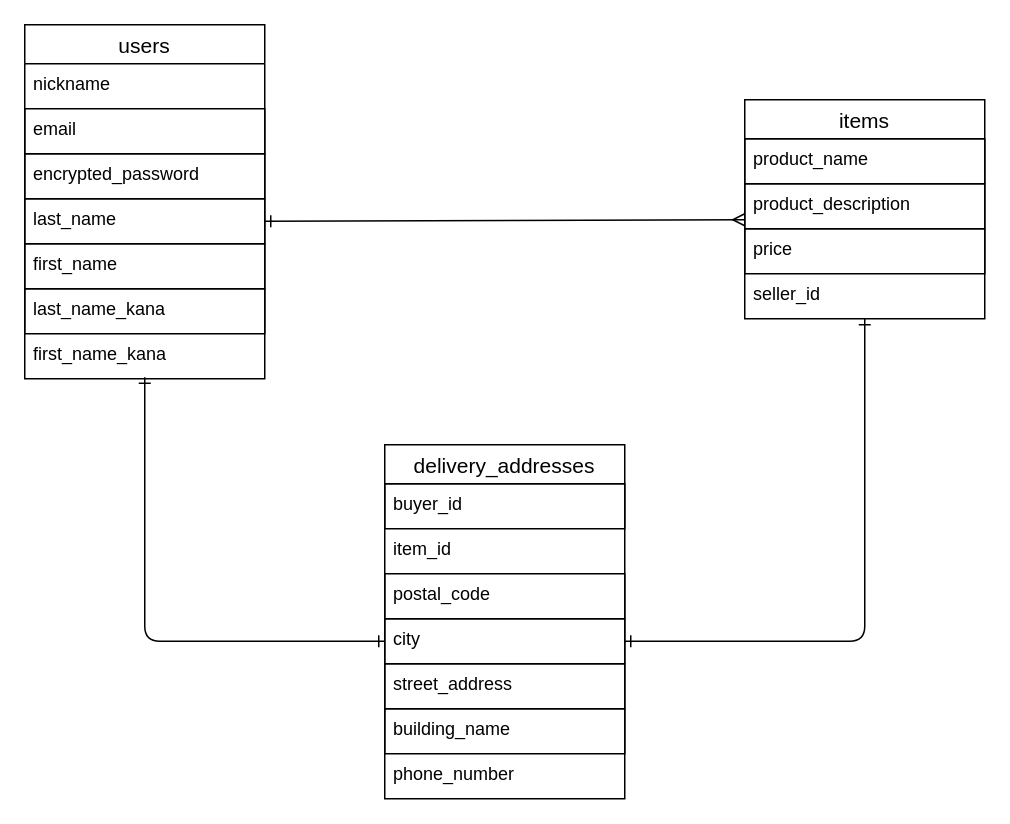
Earlier version of the draw.io diagram app/views/DB.dio (rikatussei/furima-40439). Source tidied: cells renumbered, new cells numbered last; positions are measured from the earlier drawing's top-left corner, leaving out a move shared by most shapes. Both pictures are drawn from the tidied source at 150%, with x=0, y=0 at pixel (24, 24).
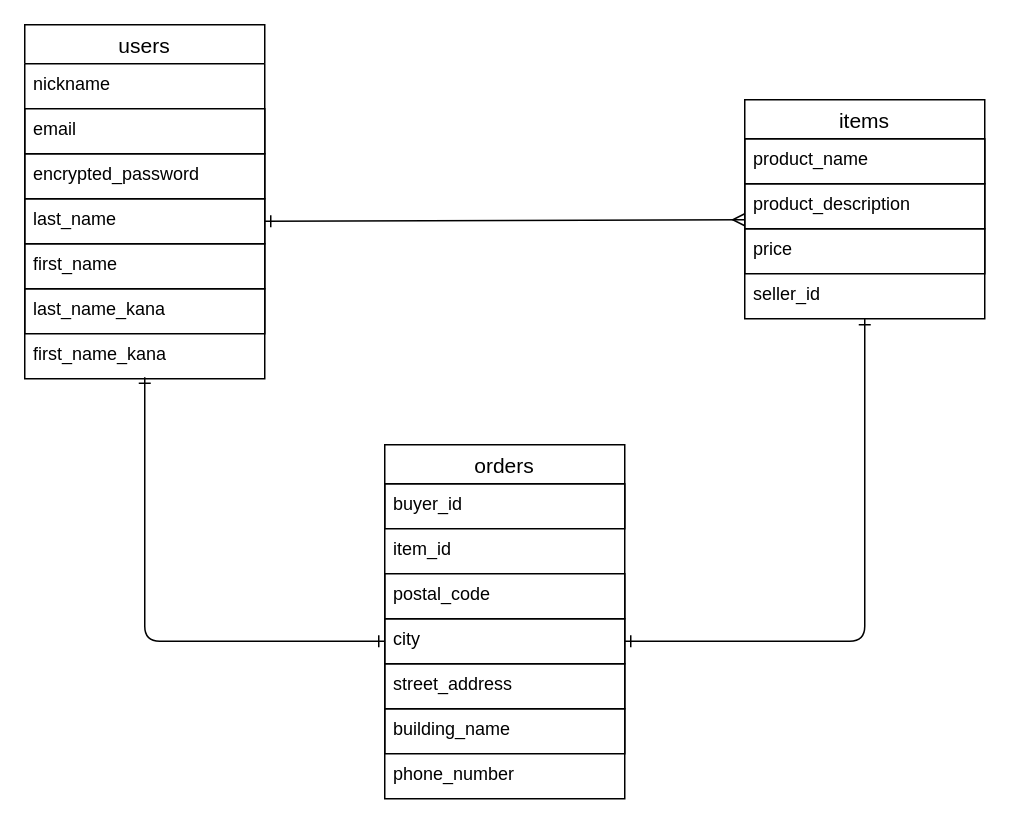
The same page after the edit.

Commit message (it also covers changes not shown here):
DB設計を修正しました。

What changed in the source:
```diff
@@
-    <mxCell id="16" value="delivery_addresses" style="swimlane;fontStyle=0;horizontal=1;startSize=26;align=center;fontSize=14;" parent="1" vertex="1">
+    <mxCell id="16" value="orders" style="swimlane;fontStyle=0;horizontal=1;startSize=26;align=center;fontSize=14;" parent="1" vertex="1">
       <mxGeometry x="240" y="280" width="160" height="236" as="geometry" />
     </mxCell>
```
